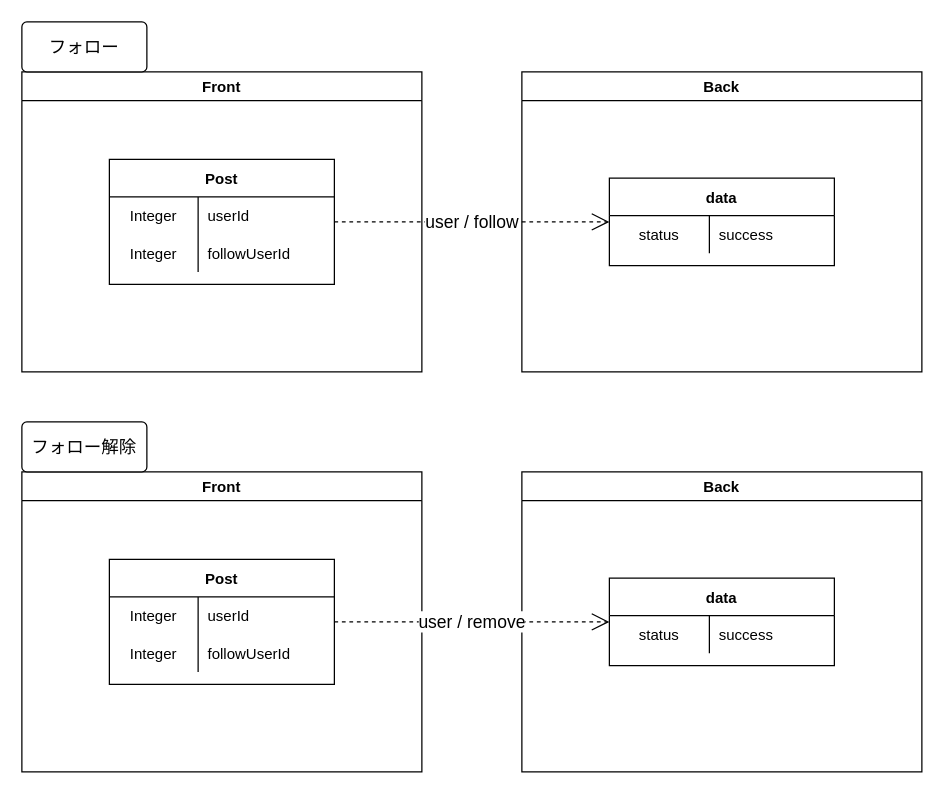
The draw.io diagram page "フォロー機能" (10 of 16) of Designs/基本設計.drawio in yusuke-rakus/Qiish, before the edit. Source tidied: cells renumbered, new cells numbered last; positions are measured from the earlier drawing's top-left corner, leaving out a move shared by most shapes. Both pictures are drawn from the tidied source at 125%, with x=0, y=0 at pixel (21, 21).
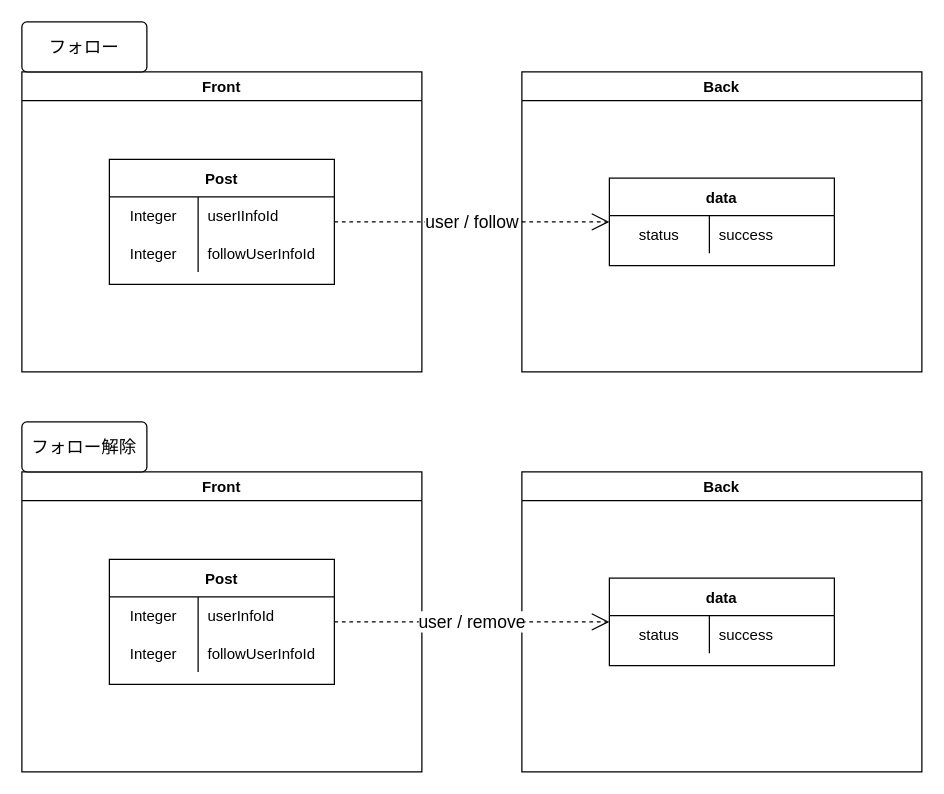
Above is the later version.

Unchanged cells that the change refers to:
```xml
<mxCell id="4" style="shape=partialRectangle;fillColor=none;top=0;left=0;bottom=0;right=0;" parent="3" vertex="1">
  <mxGeometry y="30" width="180" height="30" as="geometry" />
</mxCell>
<mxCell id="7" style="shape=partialRectangle;fillColor=none;top=0;left=0;bottom=0;right=0;" parent="3" vertex="1">
  <mxGeometry y="60" width="180" height="30" as="geometry" />
</mxCell>
<mxCell id="18" style="shape=partialRectangle;fillColor=none;top=0;left=0;bottom=0;right=0;" parent="17" vertex="1">
  <mxGeometry y="30" width="180" height="30" as="geometry" />
</mxCell>
<mxCell id="21" style="shape=partialRectangle;fillColor=none;top=0;left=0;bottom=0;right=0;" parent="17" vertex="1">
  <mxGeometry y="60" width="180" height="30" as="geometry" />
</mxCell>
```

What changed in the source:
```diff
@@
-    <mxCell id="6" value="userId" style="shape=partialRectangle;fillColor=none;top=0;left=0;bottom=0;right=0;align=left;spacingLeft=6;overflow=hidden;" parent="4" vertex="1">
+    <mxCell id="6" value="userIInfoId" style="shape=partialRectangle;fillColor=none;top=0;left=0;bottom=0;right=0;align=left;spacingLeft=6;overflow=hidden;" parent="4" vertex="1">
       <mxGeometry x="71" width="109" height="30" as="geometry" />
     </mxCell>
@@
-    <mxCell id="9" value="followUserId" style="shape=partialRectangle;fillColor=none;top=0;left=0;bottom=0;right=0;align=left;spacingLeft=6;overflow=hidden;" parent="7" vertex="1">
+    <mxCell id="9" value="followUserInfoId" style="shape=partialRectangle;fillColor=none;top=0;left=0;bottom=0;right=0;align=left;spacingLeft=6;overflow=hidden;" parent="7" vertex="1">
       <mxGeometry x="71" width="109" height="30" as="geometry" />
     </mxCell>
@@
-    <mxCell id="20" value="userId" style="shape=partialRectangle;fillColor=none;top=0;left=0;bottom=0;right=0;align=left;spacingLeft=6;overflow=hidden;" parent="18" vertex="1">
+    <mxCell id="20" value="userInfoId" style="shape=partialRectangle;fillColor=none;top=0;left=0;bottom=0;right=0;align=left;spacingLeft=6;overflow=hidden;" parent="18" vertex="1">
       <mxGeometry x="71" width="109" height="30" as="geometry" />
     </mxCell>
@@
-    <mxCell id="23" value="followUserId" style="shape=partialRectangle;fillColor=none;top=0;left=0;bottom=0;right=0;align=left;spacingLeft=6;overflow=hidden;" parent="21" vertex="1">
+    <mxCell id="23" value="followUserInfoId" style="shape=partialRectangle;fillColor=none;top=0;left=0;bottom=0;right=0;align=left;spacingLeft=6;overflow=hidden;" parent="21" vertex="1">
       <mxGeometry x="71" width="109" height="30" as="geometry" />
     </mxCell>
```
